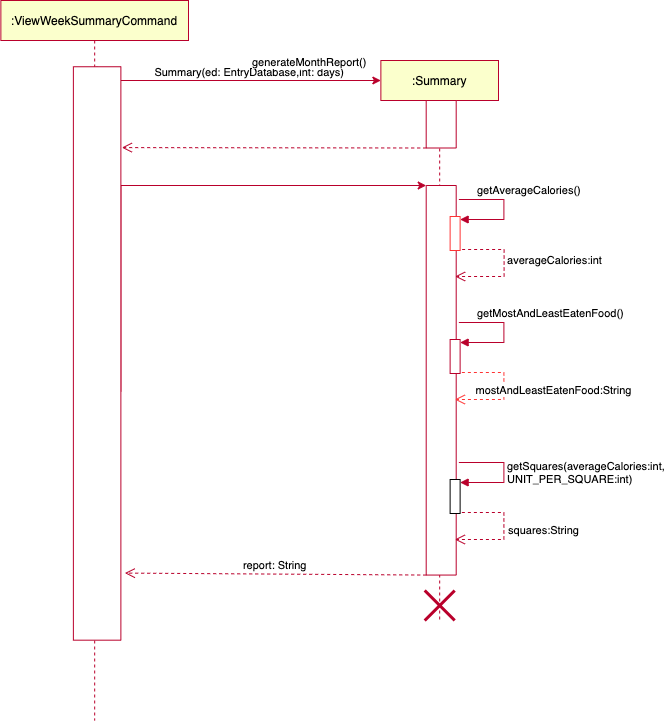
Before: docs/diagrams-DG/weekly report.png, a diagram exported from draw.io (praj-bellakka/tp). Source tidied: cells renumbered, new cells last; positions are measured from the earlier drawing's top-left corner, leaving out a move shared by most shapes.
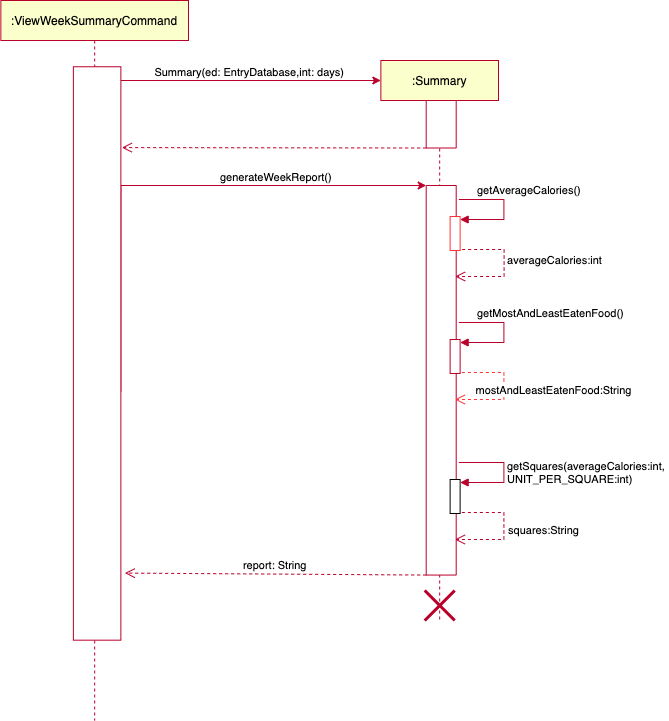
Above is the later version.

What changed in the source:
```diff
@@ -110,9 +110,9 @@
         </Array>
       </mxGeometry>
     </mxCell>
-    <mxCell id="19" value="generateMonthReport()" style="edgeLabel;html=1;align=left;verticalAlign=bottom;" parent="18" vertex="1">
+    <mxCell id="19" value="generateWeekReport()" style="edgeLabel;html=1;align=left;verticalAlign=bottom;" parent="18" vertex="1">
       <mxGeometry x="-1" relative="1" as="geometry">
-        <mxPoint x="130" y="-321" as="offset" />
+        <mxPoint x="98" y="-206" as="offset" />
       </mxGeometry>
     </mxCell>
     <mxCell id="20" value=":ViewWeekSummaryCommand" style="shape=umlLifeline;perimeter=lifelinePerimeter;whiteSpace=wrap;html=1;strokeColor=#B9002B;fillColor=#fbffcc;" parent="1" vertex="1">
```
